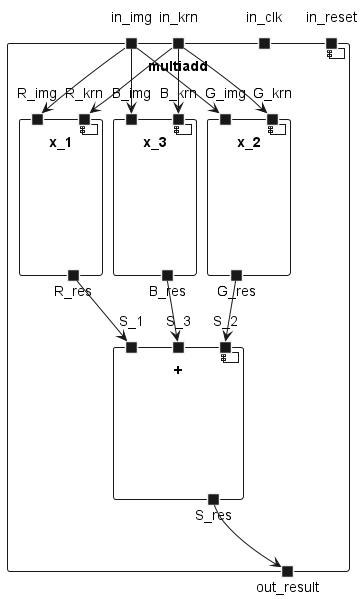
ngisedsysle/A-Eye keeps this PlantUML diagram as A-Eye_FPGA/diagrams/out/archi_v2/multiadd.png. Above is the earlier version.
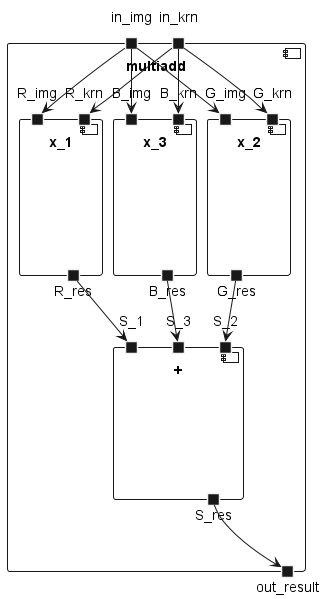
After the change.

The edit, as a diff of the source:
```diff
@@ -2,8 +2,6 @@
 component multiadd{
     portin in_img
     portin in_krn
-    portin in_clk
-    portin in_reset
 
     portout out_result
 
@@ -41,5 +39,4 @@
 
     S_res --> out_result
 }
-
 @enduml
```
